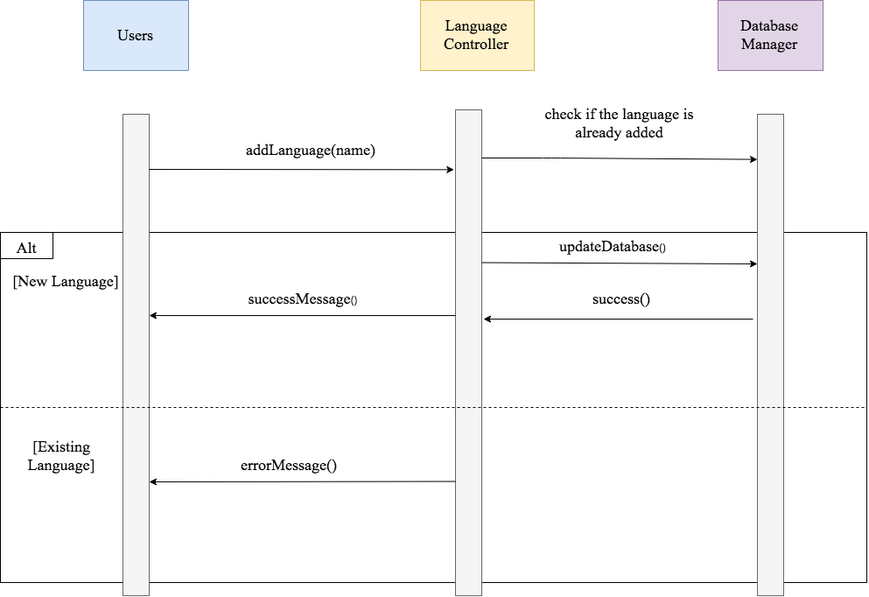
Above: images/SequenceDiagrams/addLanguage.png in bounswe/bounswe2019group10 (draw.io), before the change. Source tidied: cells renumbered, new cells last; positions are measured from the earlier drawing's top-left corner, leaving out a move shared by most shapes.
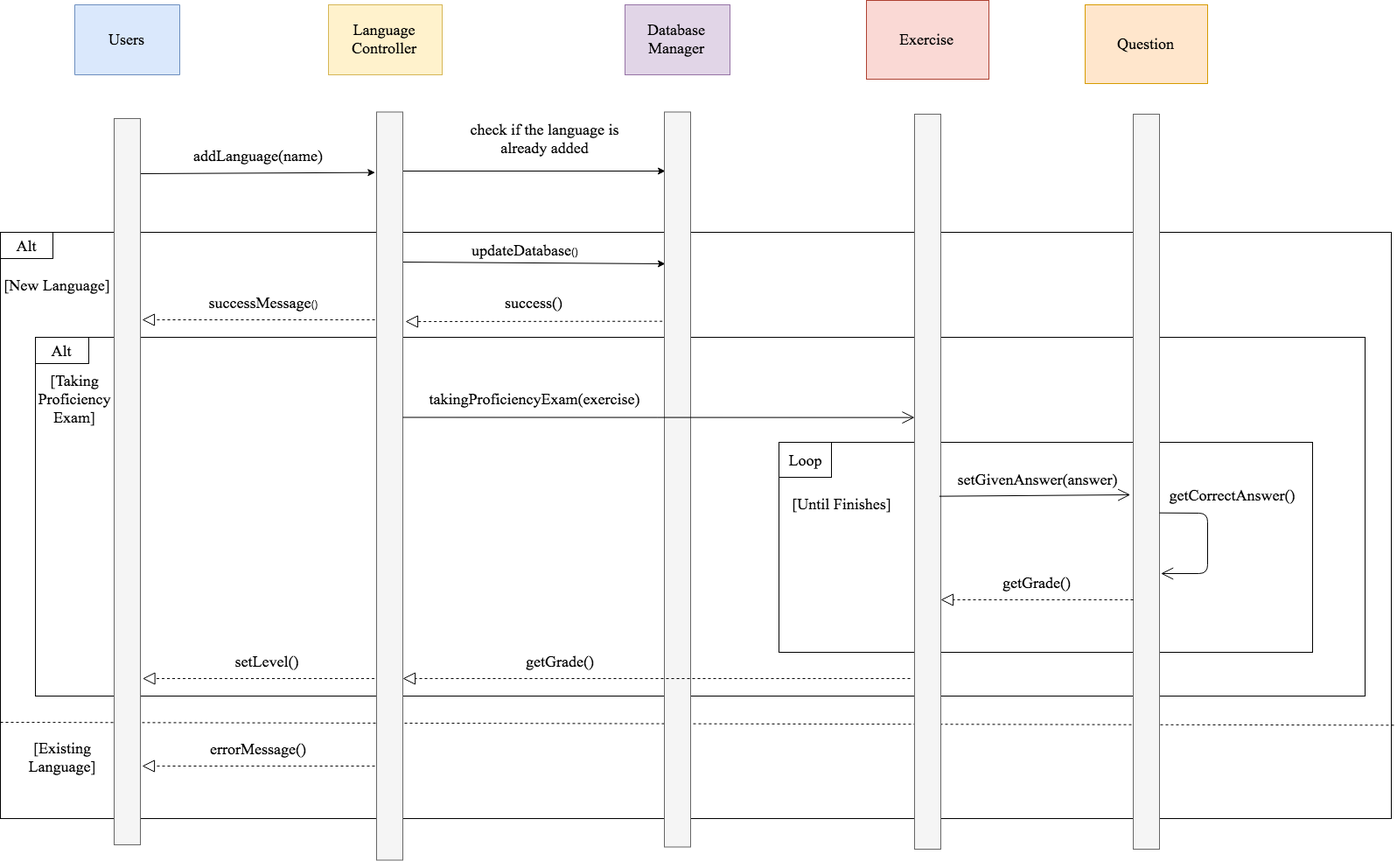
The same file after the commit.

Diff of the diagram source:
```diff
@@ -3,96 +3,190 @@
     <mxCell id="0" />
     <mxCell id="1" parent="0" />
     <mxCell id="2" style="rounded=0;whiteSpace=wrap;html=1;strokeColor=#000000;strokeWidth=1;shadow=0;comic=0;" parent="1" vertex="1">
-      <mxGeometry y="265" width="990" height="400" as="geometry" />
+      <mxGeometry x="10" y="260" width="1590" height="670" as="geometry" />
     </mxCell>
     <mxCell id="3" value="&lt;font style=&quot;font-size: 18px&quot; face=&quot;Times New Roman&quot;&gt;Users&lt;/font&gt;" style="html=1;direction=south;fillColor=#dae8fc;strokeColor=#6c8ebf;" parent="1" vertex="1">
       <mxGeometry x="95" width="120" height="80" as="geometry" />
     </mxCell>
-    <mxCell id="4" style="rounded=0;whiteSpace=wrap;html=1;fillColor=#f5f5f5;strokeColor=#666666;fontColor=#333333;" parent="1" vertex="1">
-      <mxGeometry x="140" y="130" width="30" height="550" as="geometry" />
-    </mxCell>
-    <mxCell id="5" style="endArrow=classic;html=1;entryX=-0.033;entryY=0.122;entryDx=0;entryDy=0;entryPerimeter=0;" parent="1" edge="1" target="7">
+    <mxCell id="5" style="endArrow=classic;html=1;entryX=-0.056;entryY=0.08;entryDx=0;entryDy=0;entryPerimeter=0;" parent="1" edge="1" target="7">
       <mxGeometry relative="1" as="geometry">
         <mxPoint x="170" y="193" as="sourcePoint" />
       </mxGeometry>
     </mxCell>
     <mxCell id="6" value="&lt;font face=&quot;Times New Roman&quot; style=&quot;font-size: 18px&quot;&gt;Language Controller&lt;/font&gt;" style="rounded=0;whiteSpace=wrap;html=1;fillColor=#fff2cc;strokeColor=#d6b656;" parent="1" vertex="1">
-      <mxGeometry x="480" width="130" height="80" as="geometry" />
+      <mxGeometry x="385" width="130" height="80" as="geometry" />
     </mxCell>
-    <mxCell id="7" style="rounded=0;whiteSpace=wrap;html=1;fillColor=#f5f5f5;strokeColor=#666666;fontColor=#333333;" parent="1" vertex="1">
-      <mxGeometry x="520" y="125" width="30" height="555" as="geometry" />
-    </mxCell>
     <mxCell id="8" value="&lt;font face=&quot;Times New Roman&quot; style=&quot;font-size: 18px&quot;&gt;Database Manager&lt;/font&gt;" style="rounded=0;whiteSpace=wrap;html=1;fillColor=#e1d5e7;strokeColor=#9673a6;" parent="1" vertex="1">
-      <mxGeometry x="820" width="120" height="80" as="geometry" />
+      <mxGeometry x="724" width="120" height="80" as="geometry" />
     </mxCell>
-    <mxCell id="9" style="rounded=0;whiteSpace=wrap;html=1;fillColor=#f5f5f5;strokeColor=#666666;fontColor=#333333;glass=0;" parent="1" vertex="1">
-      <mxGeometry x="865" y="130" width="30" height="550" as="geometry" />
-    </mxCell>
     <mxCell id="10" value="&lt;font face=&quot;Times New Roman&quot; style=&quot;font-size: 18px&quot;&gt;addLanguage(name)&lt;/font&gt;" style="text;html=1;strokeColor=none;fillColor=none;align=center;verticalAlign=middle;whiteSpace=wrap;rounded=0;" parent="1" vertex="1">
-      <mxGeometry x="260" y="160" width="190" height="20" as="geometry" />
+      <mxGeometry x="210" y="162.5" width="190" height="20" as="geometry" />
     </mxCell>
     <mxCell id="11" value="&lt;font face=&quot;Times New Roman&quot; style=&quot;font-size: 18px&quot;&gt;check if the language is already added&lt;/font&gt;" style="text;html=1;strokeColor=none;fillColor=none;align=center;verticalAlign=middle;whiteSpace=wrap;rounded=0;" parent="1" vertex="1">
-      <mxGeometry x="616" y="110" width="183" height="60" as="geometry" />
+      <mxGeometry x="541" y="122.5" width="183" height="60" as="geometry" />
     </mxCell>
-    <mxCell id="12" style="endArrow=classic;html=1;entryX=0;entryY=0.094;entryDx=0;entryDy=0;entryPerimeter=0;" parent="1" edge="1" target="9">
+    <mxCell id="12" style="endArrow=classic;html=1;" parent="1" edge="1">
       <mxGeometry relative="1" as="geometry">
-        <mxPoint x="550" y="180" as="sourcePoint" />
-        <Array as="points">
-          <mxPoint x="630" y="180" />
-        </Array>
+        <mxPoint x="470" y="190" as="sourcePoint" />
+        <mxPoint x="770" y="190" as="targetPoint" />
       </mxGeometry>
     </mxCell>
     <mxCell id="13" style="rounded=0;whiteSpace=wrap;html=1;shadow=0;glass=0;comic=0;strokeColor=#000000;strokeWidth=1;" parent="1" vertex="1">
-      <mxGeometry y="265" width="60" height="30" as="geometry" />
+      <mxGeometry x="10" y="260" width="60" height="30" as="geometry" />
     </mxCell>
     <mxCell id="14" value="&lt;font face=&quot;Times New Roman&quot; style=&quot;font-size: 18px&quot;&gt;Alt&lt;/font&gt;" style="text;html=1;strokeColor=none;fillColor=none;align=center;verticalAlign=middle;whiteSpace=wrap;rounded=0;shadow=0;glass=0;comic=0;direction=south;" parent="1" vertex="1">
-      <mxGeometry x="20" y="260" width="20" height="45" as="geometry" />
+      <mxGeometry x="30" y="252.5" width="20" height="45" as="geometry" />
     </mxCell>
     <mxCell id="15" value="&lt;font face=&quot;Times New Roman&quot; style=&quot;font-size: 18px&quot;&gt;[New Language]&lt;/font&gt;" style="text;html=1;strokeColor=none;fillColor=none;align=center;verticalAlign=middle;whiteSpace=wrap;rounded=0;shadow=0;glass=0;comic=0;" parent="1" vertex="1">
       <mxGeometry x="10" y="310" width="130" height="20" as="geometry" />
     </mxCell>
     <mxCell id="16" style="endArrow=classic;html=1;" parent="1" edge="1">
       <mxGeometry relative="1" as="geometry">
-        <mxPoint x="550" y="299.5" as="sourcePoint" />
-        <mxPoint x="865" y="301" as="targetPoint" />
+        <mxPoint x="469" y="294" as="sourcePoint" />
+        <mxPoint x="770" y="296" as="targetPoint" />
       </mxGeometry>
     </mxCell>
     <mxCell id="17" value="&lt;font face=&quot;Times New Roman&quot; style=&quot;font-size: 18px&quot;&gt;updateDatabase&lt;/font&gt;()" style="text;html=1;strokeColor=none;fillColor=none;align=center;verticalAlign=middle;whiteSpace=wrap;rounded=0;shadow=0;glass=0;comic=0;" parent="1" vertex="1">
-      <mxGeometry x="600" y="270" width="200" height="20" as="geometry" />
+      <mxGeometry x="510" y="270" width="200" height="20" as="geometry" />
     </mxCell>
-    <mxCell id="18" style="endArrow=classic;html=1;" parent="1" edge="1">
-      <mxGeometry relative="1" as="geometry">
-        <mxPoint x="860" y="364" as="sourcePoint" />
-        <mxPoint x="552" y="364" as="targetPoint" />
-      </mxGeometry>
-    </mxCell>
     <mxCell id="19" value="&lt;font face=&quot;Times New Roman&quot; style=&quot;font-size: 18px&quot;&gt;success()&lt;/font&gt;" style="text;html=1;strokeColor=none;fillColor=none;align=center;verticalAlign=middle;whiteSpace=wrap;rounded=0;shadow=0;glass=0;comic=0;" parent="1" vertex="1">
-      <mxGeometry x="640" y="330" width="140" height="20" as="geometry" />
+      <mxGeometry x="550" y="330" width="140" height="20" as="geometry" />
     </mxCell>
-    <mxCell id="20" style="endArrow=classic;html=1;entryX=1;entryY=0.418;entryDx=0;entryDy=0;entryPerimeter=0;" parent="1" edge="1" target="4">
-      <mxGeometry relative="1" as="geometry">
-        <mxPoint x="520" y="360" as="sourcePoint" />
-      </mxGeometry>
-    </mxCell>
     <mxCell id="21" value="&lt;font style=&quot;font-size: 18px&quot; face=&quot;Times New Roman&quot;&gt;successMessage&lt;/font&gt;()" style="text;html=1;strokeColor=none;fillColor=none;align=center;verticalAlign=middle;whiteSpace=wrap;rounded=0;shadow=0;glass=0;comic=0;" parent="1" vertex="1">
-      <mxGeometry x="250" y="330" width="190" height="20" as="geometry" />
+      <mxGeometry x="215" y="330" width="190" height="20" as="geometry" />
     </mxCell>
-    <mxCell id="22" style="endArrow=none;dashed=1;html=1;exitX=0;exitY=0.5;exitDx=0;exitDy=0;" parent="1" edge="1" source="2">
-      <mxGeometry relative="1" as="geometry">
-        <mxPoint x="990" y="465" as="targetPoint" />
-      </mxGeometry>
+    <mxCell id="22" style="endArrow=none;dashed=1;html=1;exitX=0;exitY=0.835;exitDx=0;exitDy=0;entryX=1.002;entryY=0.842;entryDx=0;entryDy=0;exitPerimeter=0;entryPerimeter=0;" parent="1" edge="1" source="2" target="2">
+      <mxGeometry relative="1" as="geometry" />
     </mxCell>
     <mxCell id="23" value="&lt;font face=&quot;Times New Roman&quot; style=&quot;font-size: 18px&quot;&gt;[Existing Language]&lt;/font&gt;" style="text;html=1;strokeColor=none;fillColor=none;align=center;verticalAlign=middle;whiteSpace=wrap;rounded=0;shadow=0;glass=0;comic=0;" parent="1" vertex="1">
-      <mxGeometry x="10" y="490" width="120" height="60" as="geometry" />
+      <mxGeometry x="21" y="830" width="120" height="60" as="geometry" />
     </mxCell>
-    <mxCell id="24" style="endArrow=classic;html=1;" parent="1" edge="1">
-      <mxGeometry relative="1" as="geometry">
-        <mxPoint x="520" y="549.5" as="sourcePoint" />
-        <mxPoint x="170" y="550" as="targetPoint" />
-      </mxGeometry>
-    </mxCell>
     <mxCell id="25" value="&lt;font face=&quot;Times New Roman&quot; style=&quot;font-size: 18px&quot;&gt;errorMessage()&lt;/font&gt;" style="text;html=1;strokeColor=none;fillColor=none;align=center;verticalAlign=middle;whiteSpace=wrap;rounded=0;shadow=0;glass=0;comic=0;" parent="1" vertex="1">
-      <mxGeometry x="260" y="520" width="140" height="20" as="geometry" />
+      <mxGeometry x="235" y="840" width="140" height="20" as="geometry" />
     </mxCell>
+    <mxCell id="26" style="endArrow=block;dashed=1;endFill=0;endSize=12;html=1;exitX=-0.078;exitY=0.285;exitDx=0;exitDy=0;exitPerimeter=0;" parent="1" edge="1" source="9">
+      <mxGeometry relative="1" as="geometry">
+        <mxPoint x="473" y="362" as="targetPoint" />
+      </mxGeometry>
+    </mxCell>
+    <mxCell id="27" style="endArrow=block;dashed=1;endFill=0;endSize=12;html=1;" parent="1" edge="1">
+      <mxGeometry relative="1" as="geometry">
+        <mxPoint x="438" y="360" as="sourcePoint" />
+        <mxPoint x="172" y="360" as="targetPoint" />
+      </mxGeometry>
+    </mxCell>
+    <mxCell id="28" value="&lt;font face=&quot;Times New Roman&quot; style=&quot;font-size: 18px&quot;&gt;Exercise&lt;/font&gt;" style="html=1;fillColor=#fad9d5;strokeColor=#ae4132;" parent="1" vertex="1">
+      <mxGeometry x="1000" y="-5" width="140" height="90" as="geometry" />
+    </mxCell>
+    <mxCell id="29" value="&lt;font face=&quot;Times New Roman&quot; style=&quot;font-size: 18px&quot;&gt;Question&lt;/font&gt;" style="html=1;fillColor=#ffe6cc;strokeColor=#d79b00;" parent="1" vertex="1">
+      <mxGeometry x="1250" width="140" height="90" as="geometry" />
+    </mxCell>
+    <mxCell id="30" style="endArrow=block;dashed=1;endFill=0;endSize=12;html=1;" parent="1" edge="1">
+      <mxGeometry relative="1" as="geometry">
+        <mxPoint x="438" y="870" as="sourcePoint" />
+        <mxPoint x="172" y="870" as="targetPoint" />
+      </mxGeometry>
+    </mxCell>
+    <mxCell id="31" style="endArrow=open;endFill=1;endSize=12;html=1;" parent="1" edge="1">
+      <mxGeometry relative="1" as="geometry">
+        <mxPoint x="470" y="490" as="sourcePoint" />
+        <mxPoint x="630" y="490" as="targetPoint" />
+      </mxGeometry>
+    </mxCell>
+    <mxCell id="32" style="html=1;" parent="1" vertex="1">
+      <mxGeometry x="50" y="380" width="1520" height="410" as="geometry" />
+    </mxCell>
+    <mxCell id="9" style="rounded=0;whiteSpace=wrap;html=1;fillColor=#f5f5f5;strokeColor=#666666;fontColor=#333333;glass=0;" parent="1" vertex="1">
+      <mxGeometry x="769" y="122.5" width="30" height="840" as="geometry" />
+    </mxCell>
+    <mxCell id="7" style="rounded=0;whiteSpace=wrap;html=1;fillColor=#f5f5f5;strokeColor=#666666;fontColor=#333333;" parent="1" vertex="1">
+      <mxGeometry x="440" y="122.5" width="30" height="855" as="geometry" />
+    </mxCell>
+    <mxCell id="33" style="rounded=0;whiteSpace=wrap;html=1;shadow=0;glass=0;comic=0;strokeColor=#000000;strokeWidth=1;" parent="1" vertex="1">
+      <mxGeometry x="50" y="380" width="61" height="30" as="geometry" />
+    </mxCell>
+    <mxCell id="34" value="&lt;font face=&quot;Times New Roman&quot; style=&quot;font-size: 18px&quot;&gt;Alt&lt;/font&gt;" style="text;html=1;strokeColor=none;fillColor=none;align=center;verticalAlign=middle;whiteSpace=wrap;rounded=0;shadow=0;glass=0;comic=0;direction=south;" parent="1" vertex="1">
+      <mxGeometry x="70" y="372.5" width="20" height="45" as="geometry" />
+    </mxCell>
+    <mxCell id="35" value="&lt;font face=&quot;Times New Roman&quot; style=&quot;font-size: 18px&quot;&gt;[Taking Proficiency Exam]&lt;/font&gt;" style="text;html=1;strokeColor=none;fillColor=none;align=center;verticalAlign=middle;whiteSpace=wrap;rounded=0;shadow=0;glass=0;comic=0;" parent="1" vertex="1">
+      <mxGeometry x="30" y="440" width="130" height="20" as="geometry" />
+    </mxCell>
+    <mxCell id="36" style="edgeStyle=orthogonalEdgeStyle;rounded=0;orthogonalLoop=1;jettySize=auto;html=1;exitX=0.5;exitY=1;exitDx=0;exitDy=0;" parent="1" edge="1" source="35" target="35">
+      <mxGeometry relative="1" as="geometry" />
+    </mxCell>
+    <mxCell id="37" style="endArrow=open;endFill=1;endSize=12;html=1;entryX=0;entryY=0.413;entryDx=0;entryDy=0;entryPerimeter=0;" parent="1" edge="1" target="40">
+      <mxGeometry relative="1" as="geometry">
+        <mxPoint x="470" y="471.5" as="sourcePoint" />
+      </mxGeometry>
+    </mxCell>
+    <mxCell id="38" value="&lt;font face=&quot;Times New Roman&quot; style=&quot;font-size: 18px&quot;&gt;takingProficiencyExam(exercise)&lt;/font&gt;" style="text;html=1;strokeColor=none;fillColor=none;align=center;verticalAlign=middle;whiteSpace=wrap;rounded=0;shadow=0;glass=0;comic=0;" parent="1" vertex="1">
+      <mxGeometry x="490" y="440" width="260" height="20" as="geometry" />
+    </mxCell>
+    <mxCell id="39" style="html=1;" parent="1" vertex="1">
+      <mxGeometry x="900" y="500" width="610" height="240" as="geometry" />
+    </mxCell>
+    <mxCell id="40" style="rounded=0;whiteSpace=wrap;html=1;fillColor=#f5f5f5;strokeColor=#666666;fontColor=#333333;glass=0;" parent="1" vertex="1">
+      <mxGeometry x="1055" y="125" width="30" height="840" as="geometry" />
+    </mxCell>
+    <mxCell id="41" style="rounded=0;whiteSpace=wrap;html=1;fillColor=#f5f5f5;strokeColor=#666666;fontColor=#333333;glass=0;" parent="1" vertex="1">
+      <mxGeometry x="1305" y="125" width="30" height="840" as="geometry" />
+    </mxCell>
+    <mxCell id="42" style="rounded=0;whiteSpace=wrap;html=1;" parent="1" vertex="1">
+      <mxGeometry x="900" y="500" width="60" height="40" as="geometry" />
+    </mxCell>
+    <mxCell id="43" value="&lt;font face=&quot;Times New Roman&quot; style=&quot;font-size: 18px&quot;&gt;Loop&lt;/font&gt;" style="text;html=1;strokeColor=none;fillColor=none;align=center;verticalAlign=middle;whiteSpace=wrap;rounded=0;shadow=0;glass=0;comic=0;direction=south;" parent="1" vertex="1">
+      <mxGeometry x="906.5" y="503.5" width="47" height="33" as="geometry" />
+    </mxCell>
+    <mxCell id="44" value="&lt;font face=&quot;Times New Roman&quot; style=&quot;font-size: 18px&quot;&gt;[Until Finishes]&lt;/font&gt;" style="text;html=1;strokeColor=none;fillColor=none;align=center;verticalAlign=middle;whiteSpace=wrap;rounded=0;shadow=0;glass=0;comic=0;" parent="1" vertex="1">
+      <mxGeometry x="906.5" y="560" width="130" height="20" as="geometry" />
+    </mxCell>
+    <mxCell id="45" style="endArrow=open;endFill=1;endSize=12;html=1;entryX=-0.111;entryY=0.518;entryDx=0;entryDy=0;entryPerimeter=0;exitX=0.944;exitY=0.52;exitDx=0;exitDy=0;exitPerimeter=0;" parent="1" edge="1" source="40" target="41">
+      <mxGeometry relative="1" as="geometry" />
+    </mxCell>
+    <mxCell id="46" value="&lt;font face=&quot;Times New Roman&quot;&gt;&lt;span style=&quot;font-size: 18px&quot;&gt;setGivenAnswer(answer)&lt;/span&gt;&lt;/font&gt;" style="text;html=1;strokeColor=none;fillColor=none;align=center;verticalAlign=middle;whiteSpace=wrap;rounded=0;shadow=0;glass=0;comic=0;" parent="1" vertex="1">
+      <mxGeometry x="1095" y="532.5" width="200" height="20" as="geometry" />
+    </mxCell>
+    <mxCell id="47" style="endArrow=block;dashed=1;endFill=0;endSize=12;html=1;" parent="1" edge="1">
+      <mxGeometry relative="1" as="geometry">
+        <mxPoint x="1305" y="680" as="sourcePoint" />
+        <mxPoint x="1085" y="680" as="targetPoint" />
+      </mxGeometry>
+    </mxCell>
+    <mxCell id="48" value="&lt;font face=&quot;Times New Roman&quot;&gt;&lt;span style=&quot;font-size: 18px&quot;&gt;getGrade()&lt;/span&gt;&lt;/font&gt;" style="text;html=1;strokeColor=none;fillColor=none;align=center;verticalAlign=middle;whiteSpace=wrap;rounded=0;shadow=0;glass=0;comic=0;" parent="1" vertex="1">
+      <mxGeometry x="1095" y="650" width="200" height="20" as="geometry" />
+    </mxCell>
+    <mxCell id="49" style="endArrow=open;endFill=1;endSize=12;html=1;exitX=0.944;exitY=0.52;exitDx=0;exitDy=0;exitPerimeter=0;entryX=1.056;entryY=0.625;entryDx=0;entryDy=0;entryPerimeter=0;" parent="1" edge="1" target="41">
+      <mxGeometry relative="1" as="geometry">
+        <mxPoint x="1334.8" y="580.7" as="sourcePoint" />
+        <Array as="points">
+          <mxPoint x="1390" y="581" />
+          <mxPoint x="1390" y="650" />
+        </Array>
+      </mxGeometry>
+    </mxCell>
+    <mxCell id="50" value="&lt;font face=&quot;Times New Roman&quot;&gt;&lt;span style=&quot;font-size: 18px&quot;&gt;getCorrectAnswer()&lt;/span&gt;&lt;/font&gt;" style="text;html=1;strokeColor=none;fillColor=none;align=center;verticalAlign=middle;whiteSpace=wrap;rounded=0;shadow=0;glass=0;comic=0;" parent="1" vertex="1">
+      <mxGeometry x="1335" y="550" width="165" height="20" as="geometry" />
+    </mxCell>
+    <mxCell id="51" style="endArrow=block;dashed=1;endFill=0;endSize=12;html=1;" parent="1" edge="1">
+      <mxGeometry relative="1" as="geometry">
+        <mxPoint x="1050" y="770" as="sourcePoint" />
+        <mxPoint x="470" y="770" as="targetPoint" />
+      </mxGeometry>
+    </mxCell>
+    <mxCell id="52" value="&lt;font face=&quot;Times New Roman&quot;&gt;&lt;span style=&quot;font-size: 18px&quot;&gt;getGrade()&lt;/span&gt;&lt;/font&gt;" style="text;html=1;strokeColor=none;fillColor=none;align=center;verticalAlign=middle;whiteSpace=wrap;rounded=0;shadow=0;glass=0;comic=0;" parent="1" vertex="1">
+      <mxGeometry x="550" y="740" width="200" height="20" as="geometry" />
+    </mxCell>
+    <mxCell id="4" style="rounded=0;whiteSpace=wrap;html=1;fillColor=#f5f5f5;strokeColor=#666666;fontColor=#333333;" parent="1" vertex="1">
+      <mxGeometry x="140" y="130" width="30" height="830" as="geometry" />
+    </mxCell>
+    <mxCell id="53" style="endArrow=block;dashed=1;endFill=0;endSize=12;html=1;" parent="1" edge="1">
+      <mxGeometry relative="1" as="geometry">
+        <mxPoint x="437.5" y="770" as="sourcePoint" />
+        <mxPoint x="172.5" y="770" as="targetPoint" />
+      </mxGeometry>
+    </mxCell>
+    <mxCell id="54" value="&lt;font face=&quot;Times New Roman&quot;&gt;&lt;span style=&quot;font-size: 18px&quot;&gt;setLevel()&lt;/span&gt;&lt;/font&gt;" style="text;html=1;strokeColor=none;fillColor=none;align=center;verticalAlign=middle;whiteSpace=wrap;rounded=0;shadow=0;glass=0;comic=0;" parent="1" vertex="1">
+      <mxGeometry x="213.5" y="740" width="200" height="20" as="geometry" />
+    </mxCell>
   </root>
 </mxGraphModel>
```
